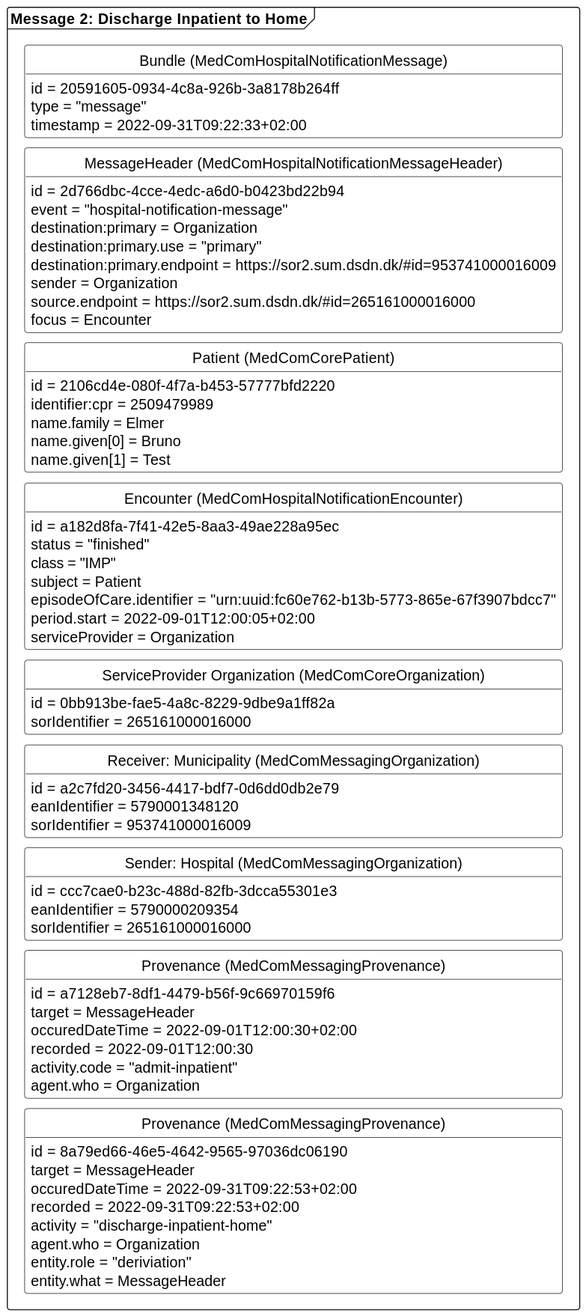
The PlantUML diagram docs/assets/images/HNAdmitFinish.svg in medcomdk/dk-medcom-hospitalnotification, before a commit.
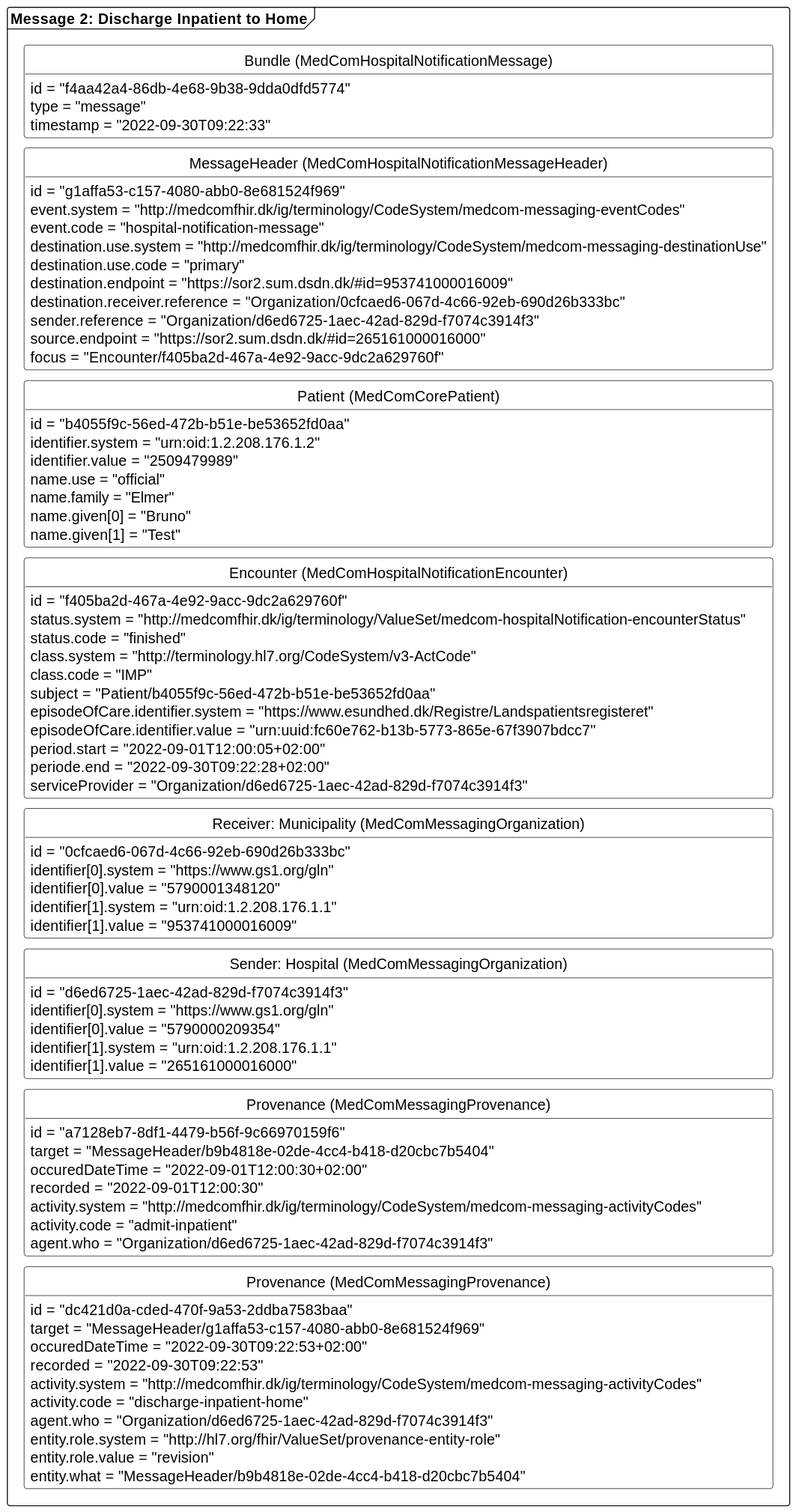
Later version of the same file.

The edit, as a diff of the source:
```diff
@@ -14,73 +14,83 @@
 
 package "Message 2: Discharge Inpatient to Home" as finished <<Frame>>{
     class "Bundle  (MedComHospitalNotificationMessage)" as finishedB{
-        id = 20591605-0934-4c8a-926b-3a8178b264ff
+        id = "f4aa42a4-86db-4e68-9b38-9dda0dfd5774"
         type = "message"
-        timestamp = 2022-09-31T09:22:33+02:00
+        timestamp = "2022-09-30T09:22:33"
     }
     class "MessageHeader  (MedComHospitalNotificationMessageHeader)" as finishedMH{
-        id = 2d766dbc-4cce-4edc-a6d0-b0423bd22b94
-        event = "hospital-notification-message"
-        destination:primary = Organization
-        destination:primary.use = "primary"
-        destination:primary.endpoint = https://sor2.sum.dsdn.dk/#id=953741000016009
-        sender = Organization
-        source.endpoint = https://sor2.sum.dsdn.dk/#id=265161000016000
-        focus = Encounter
+        id = "g1affa53-c157-4080-abb0-8e681524f969"
+        event.system = "http://medcomfhir.dk/ig/terminology/CodeSystem/medcom-messaging-eventCodes"
+        event.code = "hospital-notification-message"
+        destination.use.system = "http://medcomfhir.dk/ig/terminology/CodeSystem/medcom-messaging-destinationUse"
+        destination.use.code = "primary"
+        destination.endpoint = "https://sor2.sum.dsdn.dk/#id=953741000016009"
+        destination.receiver.reference = "Organization/0cfcaed6-067d-4c66-92eb-690d26b333bc"
+        sender.reference = "Organization/d6ed6725-1aec-42ad-829d-f7074c3914f3"
+        source.endpoint = "https://sor2.sum.dsdn.dk/#id=265161000016000"
+        focus = "Encounter/f405ba2d-467a-4e92-9acc-9dc2a629760f"
     }
     class "Patient  (MedComCorePatient)" as finishedPT{
-        id = 2106cd4e-080f-4f7a-b453-57777bfd2220
-        identifier:cpr = 2509479989
-        name.family = Elmer
-        name.given[0] = Bruno
-        name.given[1] = Test
+        id = "b4055f9c-56ed-472b-b51e-be53652fd0aa"
+        identifier.system = "urn:oid:1.2.208.176.1.2"
+        identifier.value = "2509479989"
+        name.use = "official"
+        name.family = "Elmer"
+        name.given[0] = "Bruno"
+        name.given[1] = "Test"
     }
     class "Encounter  (MedComHospitalNotificationEncounter)" as finishedENC{
-        id = a182d8fa-7f41-42e5-8aa3-49ae228a95ec
-        status = "finished"
-        class = "IMP"
-        subject = Patient
-        episodeOfCare.identifier = "urn:uuid:fc60e762-b13b-5773-865e-67f3907bdcc7"
-        period.start = 2022-09-01T12:00:05+02:00
-        serviceProvider = Organization
-    }
-    class "ServiceProvider Organization (MedComCoreOrganization)" as finishedSPOrg{
-        id = 0bb913be-fae5-4a8c-8229-9dbe9a1ff82a
-        sorIdentifier = 265161000016000
+        id = "f405ba2d-467a-4e92-9acc-9dc2a629760f"
+        status.system = "http://medcomfhir.dk/ig/terminology/ValueSet/medcom-hospitalNotification-encounterStatus"
+        status.code = "finished"
+        class.system = "http://terminology.hl7.org/CodeSystem/v3-ActCode"
+        class.code = "IMP"
+        subject = "Patient/b4055f9c-56ed-472b-b51e-be53652fd0aa"
+        episodeOfCare.identifier.system = "https://www.esundhed.dk/Registre/Landspatientsregisteret"
+        episodeOfCare.identifier.value = "urn:uuid:fc60e762-b13b-5773-865e-67f3907bdcc7"
+        period.start = "2022-09-01T12:00:05+02:00"
+        periode.end = "2022-09-30T09:22:28+02:00"
+        serviceProvider = "Organization/d6ed6725-1aec-42ad-829d-f7074c3914f3"
     }
     class "Receiver: Municipality (MedComMessagingOrganization)" as finishedROrg{
-        id = a2c7fd20-3456-4417-bdf7-0d6dd0db2e79
-        eanIdentifier = 5790001348120
-        sorIdentifier = 953741000016009
+        id = "0cfcaed6-067d-4c66-92eb-690d26b333bc"
+        identifier[0].system = "https://www.gs1.org/gln"
+        identifier[0].value = "5790001348120"
+        identifier[1].system = "urn:oid:1.2.208.176.1.1"
+        identifier[1].value = "953741000016009"
     }
     class "Sender: Hospital (MedComMessagingOrganization)" as finishedSOrg{
-        id = ccc7cae0-b23c-488d-82fb-3dcca55301e3
-        eanIdentifier = 5790000209354
-        sorIdentifier = 265161000016000
+        id = "d6ed6725-1aec-42ad-829d-f7074c3914f3"
+        identifier[0].system = "https://www.gs1.org/gln"
+        identifier[0].value = "5790000209354"
+        identifier[1].system = "urn:oid:1.2.208.176.1.1"
+        identifier[1].value = "265161000016000"
     }
     class "Provenance (MedComMessagingProvenance)" as admitfinishedPRO{
-        id = a7128eb7-8df1-4479-b56f-9c66970159f6
-        target = MessageHeader
-        occuredDateTime = 2022-09-01T12:00:30+02:00
-        recorded = 2022-09-01T12:00:30
+        id = "a7128eb7-8df1-4479-b56f-9c66970159f6"
+        target = "MessageHeader/b9b4818e-02de-4cc4-b418-d20cbc7b5404"
+        occuredDateTime = "2022-09-01T12:00:30+02:00"
+        recorded = "2022-09-01T12:00:30"
+        activity.system = "http://medcomfhir.dk/ig/terminology/CodeSystem/medcom-messaging-activityCodes"
         activity.code = "admit-inpatient"
-        agent.who = Organization
+        agent.who = "Organization/d6ed6725-1aec-42ad-829d-f7074c3914f3"
     }
     class "Provenance (MedComMessagingProvenance)" as finishedPRO{
-        id = 8a79ed66-46e5-4642-9565-97036dc06190
-        target = MessageHeader
-        occuredDateTime = 2022-09-31T09:22:53+02:00
-        recorded = 2022-09-31T09:22:53+02:00
-        activity = "discharge-inpatient-home"
-        agent.who = Organization
-        entity.role = "deriviation"
-        entity.what = MessageHeader
+        id = "dc421d0a-cded-470f-9a53-2ddba7583baa"
+        target = "MessageHeader/g1affa53-c157-4080-abb0-8e681524f969"
+        occuredDateTime = "2022-09-30T09:22:53+02:00"
+        recorded = "2022-09-30T09:22:53"
+        activity.system = "http://medcomfhir.dk/ig/terminology/CodeSystem/medcom-messaging-activityCodes"
+        activity.code = "discharge-inpatient-home"
+        agent.who = "Organization/d6ed6725-1aec-42ad-829d-f7074c3914f3"
+        entity.role.system = "http://hl7.org/fhir/ValueSet/provenance-entity-role"
+        entity.role.value = "revision"
+        entity.what = "MessageHeader/b9b4818e-02de-4cc4-b418-d20cbc7b5404"
     }
 finishedB-[hidden]-finishedMH
 finishedMH-[hidden]-finishedPT
 finishedPT-[hidden]-finishedENC
-finishedENC-[hidden]-finishedSPOrg
-finishedSPOrg-[hidden]-finishedROrg
+finishedENC-[hidden]-finishedROrg
 finishedROrg-[hidden]-finishedSOrg
 finishedSOrg-[hidden]-admitfinishedPRO
 admitfinishedPRO-[hidden]-finishedPRO
@@ -88,5 +98,4 @@
 }
 
 
-
 @enduml
```
